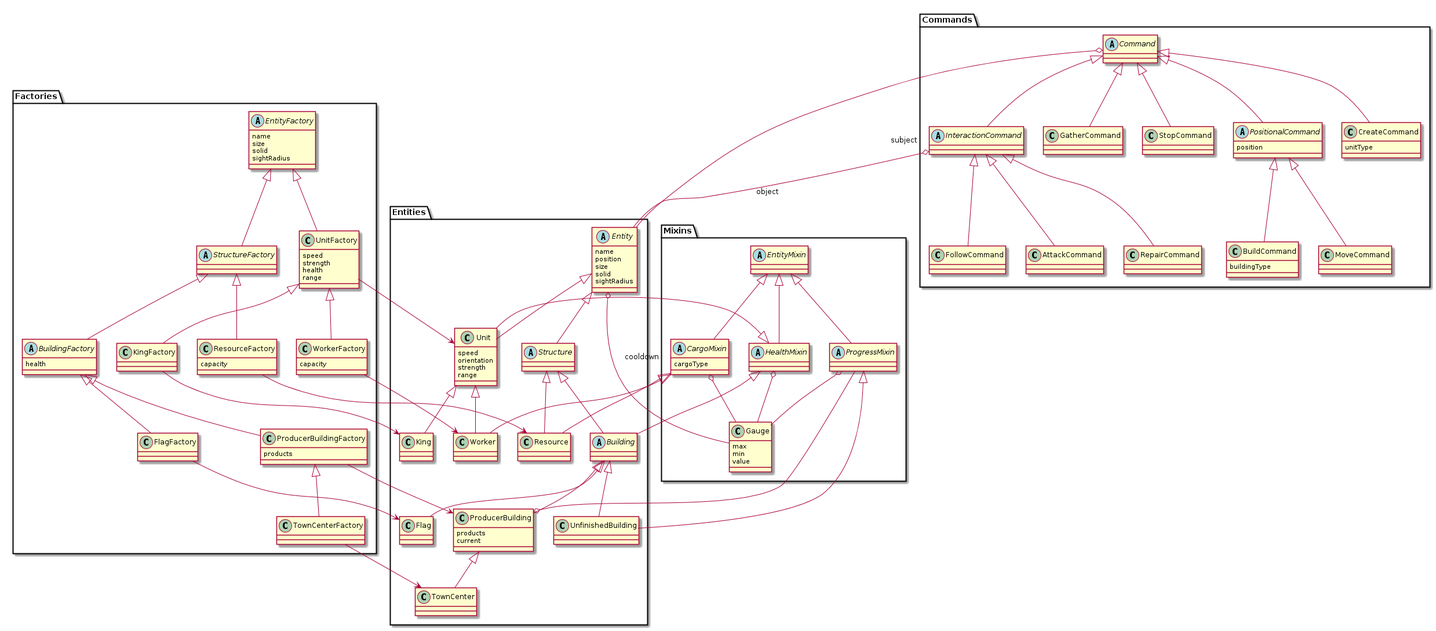
fchurca/fiuba-7542-20152 keeps this PlantUML diagram as doc/plantuml/clases-tp3.png. Above is the earlier version.
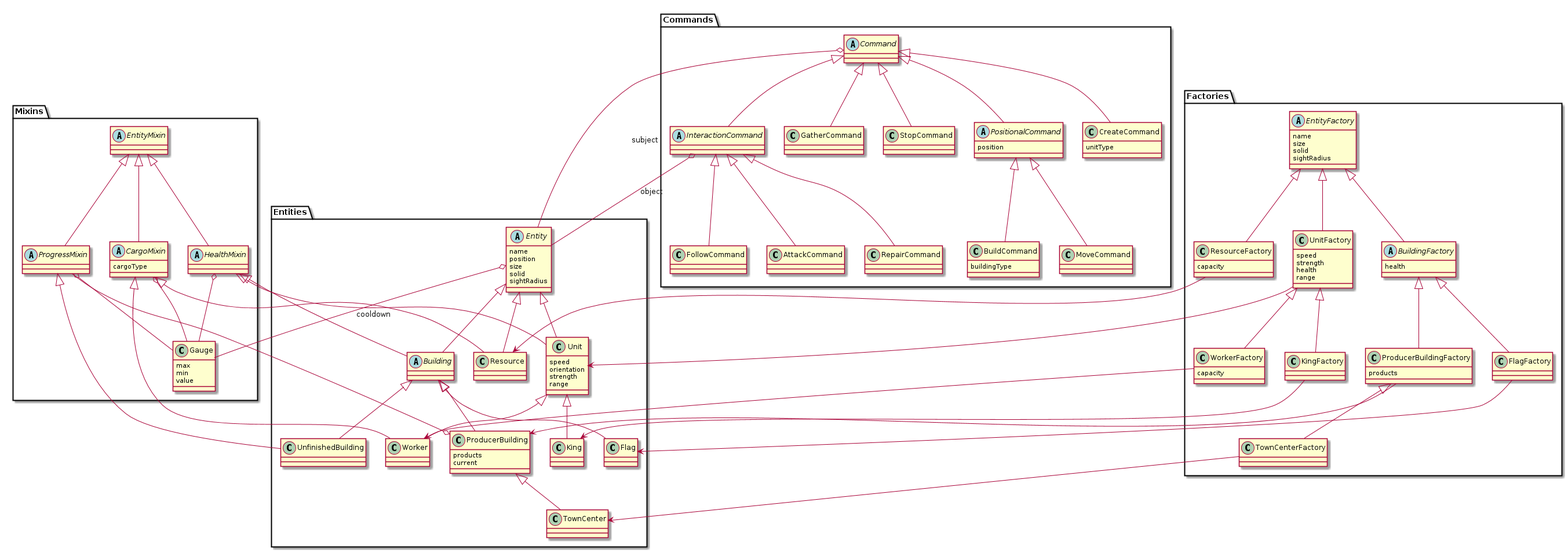
Above is the later version.

Diff of the diagram source:
```diff
@@ -1,4 +1,18 @@
 @startuml
+
+package Mixins {
+class Gauge {
+max
+min
+value
+}
+abstract class EntityMixin
+abstract class ProgressMixin
+abstract class HealthMixin
+abstract class CargoMixin {
+cargoType
+}
+}
 
 package Entities {
 abstract class Entity {
@@ -8,7 +22,6 @@
 solid
 sightRadius
 }
-abstract class Structure
 class Unit {
 speed
 orientation
@@ -28,34 +41,18 @@
 class King
 }
 
-Entity <|-- Structure
-
-Structure <|-- Building
+Entity <|-- Building
 Building <|-- Flag
 Building <|-- UnfinishedBuilding
 Building <|-- ProducerBuilding
 ProducerBuilding <|-- TownCenter
 
-Structure <|-- Resource
+Entity <|-- Resource
 
 Entity <|-- Unit
 Unit <|-- King
 Unit <|-- Worker
 
-
-package Mixins {
-class Gauge {
-max
-min
-value
-}
-abstract class EntityMixin
-abstract class ProgressMixin
-abstract class HealthMixin
-abstract class CargoMixin {
-cargoType
-}
-}
 
 Entity o-- Gauge : cooldown
 
@@ -134,7 +131,6 @@
 health
 range
 }
-abstract class StructureFactory
 abstract class BuildingFactory {
 health
 }
@@ -153,9 +149,8 @@
 }
 
 EntityFactory <|--  UnitFactory
-EntityFactory <|--  StructureFactory
-StructureFactory <|--  BuildingFactory
-StructureFactory <|--  ResourceFactory
+EntityFactory <|--  BuildingFactory
+EntityFactory <|--  ResourceFactory
 ResourceFactory --> Resource
 
 UnitFactory <|--  WorkerFactory
```
